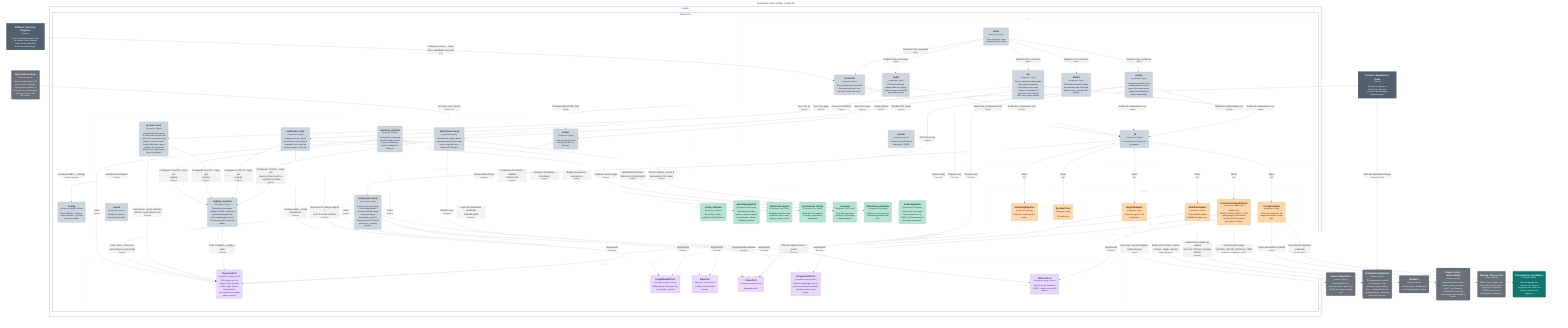
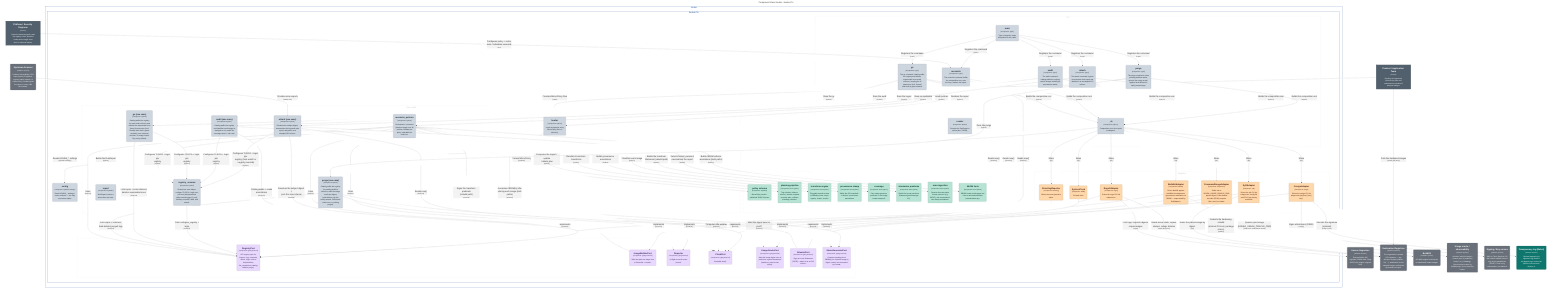
graph LR
  linkStyle default fill:#ffffff

  subgraph diagram ["Component View: houba - houba CLI"]
    style diagram fill:#ffffff,stroke:#ffffff

    1["<div style='font-weight: bold'>Platform / Security Engineer</div><div style='font-size: 70%; margin-top: 0px'>[Person]</div><div style='font-size: 80%; margin-top:10px'>Owns the hardening policy and<br />the registry roster; operates<br />houba as the single front<br />door for external images.</div>"]
    style 1 fill:#52606d,stroke:#39434c,color:#ffffff
    2["<div style='font-weight: bold'>Product / Application Team</div><div style='font-size: 70%; margin-top: 0px'>[Person]</div><div style='font-size: 80%; margin-top:10px'>Declares its imports as<br />MirrorPolicy files and<br />consumes the hardened,<br />stamped images.</div>"]
    style 2 fill:#52606d,stroke:#39434c,color:#ffffff

-     47("<div style='font-weight: bold'>Source Registries</div><div style='font-size: 70%; margin-top: 0px'>[Software System]</div><div style='font-size: 80%; margin-top:10px'>External public OCI<br />registries (Docker Hub, Quay,<br />GHCR) the images originate<br />from.</div>")
-     style 47 fill:#69707a,stroke:#494e55,color:#ffffff
-     48("<div style='font-weight: bold'>Destination Registries</div><div style='font-size: 70%; margin-top: 0px'>[Software System]</div><div style='font-size: 80%; margin-top:10px'>The organization's private<br />OCI registries — any<br />dist-spec registry (Harbor,<br />Zot, …); destination for the<br />stamped images, addressed<br />generically via regctl.</div>")
-     style 48 fill:#69707a,stroke:#494e55,color:#ffffff
-     49("<div style='font-weight: bold'>BuildKit</div><div style='font-size: 70%; margin-top: 0px'>[Software System]</div><div style='font-size: 80%; margin-top:10px'>OCI build engine houba drives<br />to rebuild and harden images.</div>")
-     style 49 fill:#69707a,stroke:#494e55,color:#ffffff
-     53("<div style='font-weight: bold'>Usage oracle / observability</div><div style='font-size: 70%; margin-top: 0px'>[Software System]</div><div style='font-size: 80%; margin-top:10px'>Answers 'was this image's<br />content seen in production<br />lately?' (e.g. Datadog).<br />Queried point-in-time by<br />houba purge; never owned by<br />houba.</div>")
-     style 53 fill:#69707a,stroke:#494e55,color:#ffffff
-     54("<div style='font-weight: bold'>Signing / Key service</div><div style='font-size: 70%; margin-top: 0px'>[Software System]</div><div style='font-size: 80%; margin-top:10px'>KMS or Fulcio (keyless CA)<br />that houba's attestor uses to<br />sign in-toto attestations<br />(DSSE). Trust is org<br />configuration, not baked in.</div>")
-     style 54 fill:#69707a,stroke:#494e55,color:#ffffff
-     55("<div style='font-weight: bold'>Transparency log (Rekor)</div><div style='font-size: 70%; margin-top: 0px'>[Software System]</div><div style='font-size: 80%; margin-top:10px'>Optional append-only<br />signature log; blank in<br />air-gapped orgs. houba can<br />point at one but never<br />deploys it.</div>")
-     style 55 fill:#0f766e,stroke:#0a524d,color:#ffffff
-     56("<div style='font-weight: bold'>Upstream Scanner</div><div style='font-size: 70%; margin-top: 0px'>[Software System]</div><div style='font-size: 80%; margin-top:10px'>Produces vulnerability / EOL<br />scan reports (CI pipeline,<br />registry-native scanner, or<br />scan service). houba ingests<br />the report; it never calls<br />the scanner.</div>")
+     50("<div style='font-weight: bold'>Source Registries</div><div style='font-size: 70%; margin-top: 0px'>[Software System]</div><div style='font-size: 80%; margin-top:10px'>External public OCI<br />registries (Docker Hub, Quay,<br />GHCR) the images originate<br />from.</div>")
+     style 50 fill:#69707a,stroke:#494e55,color:#ffffff
+     51("<div style='font-weight: bold'>Destination Registries</div><div style='font-size: 70%; margin-top: 0px'>[Software System]</div><div style='font-size: 80%; margin-top:10px'>The organization's private<br />OCI registries — any<br />dist-spec registry (Harbor,<br />Zot, …); destination for the<br />stamped images, addressed<br />generically via regctl.</div>")
+     style 51 fill:#69707a,stroke:#494e55,color:#ffffff
+     52("<div style='font-weight: bold'>BuildKit</div><div style='font-size: 70%; margin-top: 0px'>[Software System]</div><div style='font-size: 80%; margin-top:10px'>OCI build engine houba drives<br />to rebuild and harden images.</div>")
+     style 52 fill:#69707a,stroke:#494e55,color:#ffffff
+     56("<div style='font-weight: bold'>Usage oracle / observability</div><div style='font-size: 70%; margin-top: 0px'>[Software System]</div><div style='font-size: 80%; margin-top:10px'>Answers 'was this image's<br />content seen in production<br />lately?' (e.g. Datadog).<br />Queried point-in-time by<br />houba purge; never owned by<br />houba.</div>")
    style 56 fill:#69707a,stroke:#494e55,color:#ffffff
+     57("<div style='font-weight: bold'>Signing / Key service</div><div style='font-size: 70%; margin-top: 0px'>[Software System]</div><div style='font-size: 80%; margin-top:10px'>KMS or Fulcio (keyless CA)<br />that houba's attestor uses to<br />sign in-toto attestations<br />(DSSE). Trust is org<br />configuration, not baked in.</div>")
+     style 57 fill:#69707a,stroke:#494e55,color:#ffffff
+     58("<div style='font-weight: bold'>Transparency log (Rekor)</div><div style='font-size: 70%; margin-top: 0px'>[Software System]</div><div style='font-size: 80%; margin-top:10px'>Optional append-only<br />signature log; blank in<br />air-gapped orgs. houba can<br />point at one but never<br />deploys it.</div>")
+     style 58 fill:#0f766e,stroke:#0a524d,color:#ffffff
+     59("<div style='font-weight: bold'>Upstream Scanner</div><div style='font-size: 70%; margin-top: 0px'>[Software System]</div><div style='font-size: 80%; margin-top:10px'>Produces vulnerability / EOL<br />scan reports (CI pipeline,<br />registry-native scanner, or<br />scan service). houba ingests<br />the report; it never calls<br />the scanner.</div>")
+     style 59 fill:#69707a,stroke:#494e55,color:#ffffff

    subgraph 4 ["houba"]
      style 4 fill:#ffffff,stroke:#154da4,color:#154da4

      subgraph 5 ["houba CLI"]
        style 5 fill:#ffffff,stroke:#19458c,color:#19458c

        subgraph group1 ["Adapters"]
          style group1 fill:#ffffff,stroke:#cccccc,color:#cccccc,stroke-dasharray:5

-           35("<div style='font-weight: bold'>RegctlAdapter</div><div style='font-size: 70%; margin-top: 0px'>[Component: regctl]</div><div style='font-size: 80%; margin-top:10px'>Drives the regctl CLI via<br />subprocess.</div>")
-           style 35 fill:#fed7aa,stroke:#b19676,color:#4a1b0c
-           36("<div style='font-weight: bold'>BuildkitAdapter</div><div style='font-size: 70%; margin-top: 0px'>[Component: buildctl]</div><div style='font-size: 80%; margin-top:10px'>Drives buildctl against<br />buildkitd via subprocess.</div>")
-           style 36 fill:#fed7aa,stroke:#b19676,color:#4a1b0c
-           37("<div style='font-weight: bold'>StructlogReporter</div><div style='font-size: 70%; margin-top: 0px'>[Component: structlog]</div><div style='font-size: 80%; margin-top:10px'>Writes the event journal to<br />stderr.</div>")
+           37("<div style='font-weight: bold'>RegctlAdapter</div><div style='font-size: 70%; margin-top: 0px'>[Component: regctl]</div><div style='font-size: 80%; margin-top:10px'>Drives the regctl CLI via<br />subprocess.</div>")
          style 37 fill:#fed7aa,stroke:#b19676,color:#4a1b0c
-           38("<div style='font-weight: bold'>SystemClock</div><div style='font-size: 70%; margin-top: 0px'>[Component: stdlib]</div><div style='font-size: 80%; margin-top:10px'>OS wall clock.</div>")
+           38("<div style='font-weight: bold'>BuildkitAdapter</div><div style='font-size: 70%; margin-top: 0px'>[Component: buildctl]</div><div style='font-size: 80%; margin-top:10px'>Drives buildctl against<br />buildkitd via subprocess<br />(provenance attestation; no<br />SBOM — superseded by<br />SyftAdapter).</div>")
          style 38 fill:#fed7aa,stroke:#b19676,color:#4a1b0c
-           39("<div style='font-weight: bold'>CommandUsageAdapter</div><div style='font-size: 70%; margin-top: 0px'>[Component: subprocess]</div><div style='font-size: 80%; margin-top:10px'>Shells out to<br />HOUBA_USAGE_ORACLE_CMD;<br />passes digest + idle window<br />via stdin (JSON); expects<br />{last_seen} on stdout.</div>")
+           39("<div style='font-weight: bold'>StructlogReporter</div><div style='font-size: 70%; margin-top: 0px'>[Component: structlog]</div><div style='font-size: 80%; margin-top:10px'>Writes the event journal to<br />stderr.</div>")
          style 39 fill:#fed7aa,stroke:#b19676,color:#4a1b0c
-           40("<div style='font-weight: bold'>CosignAdapter</div><div style='font-size: 70%; margin-top: 0px'>[Component: cosign]</div><div style='font-size: 80%; margin-top:10px'>Drives the cosign CLI via<br />subprocess (keyless | kms |<br />key).</div>")
+           40("<div style='font-weight: bold'>SystemClock</div><div style='font-size: 70%; margin-top: 0px'>[Component: stdlib]</div><div style='font-size: 80%; margin-top:10px'>OS wall clock.</div>")
          style 40 fill:#fed7aa,stroke:#b19676,color:#4a1b0c
+           41("<div style='font-weight: bold'>CommandUsageAdapter</div><div style='font-size: 70%; margin-top: 0px'>[Component: subprocess]</div><div style='font-size: 80%; margin-top:10px'>Shells out to<br />HOUBA_USAGE_ORACLE_CMD;<br />passes digest + idle window<br />via stdin (JSON); expects<br />{last_seen} on stdout.</div>")
+           style 41 fill:#fed7aa,stroke:#b19676,color:#4a1b0c
+           42("<div style='font-weight: bold'>CosignAdapter</div><div style='font-size: 70%; margin-top: 0px'>[Component: cosign]</div><div style='font-size: 80%; margin-top:10px'>Drives the cosign CLI via<br />subprocess (keyless | kms |<br />key).</div>")
+           style 42 fill:#fed7aa,stroke:#b19676,color:#4a1b0c
+           43("<div style='font-weight: bold'>SyftAdapter</div><div style='font-size: 70%; margin-top: 0px'>[Component: syft]</div><div style='font-size: 80%; margin-top:10px'>Drives the syft CLI via<br />subprocess; config-file<br />auth/TLS; lazy binary<br />resolution.</div>")
+           style 43 fill:#fed7aa,stroke:#b19676,color:#4a1b0c
        end

        subgraph group2 ["CLI"]
          style group2 fill:#ffffff,stroke:#cccccc,color:#cccccc,stroke-dasharray:5

          10("<div style='font-weight: bold'>attach</div><div style='font-size: 70%; margin-top: 0px'>[Component: Typer]</div><div style='font-size: 80%; margin-top:10px'>The attach command: ingests<br />an upstream scan report and<br />attaches it as a stamped OCI<br />referrer.</div>")
          style 10 fill:#cdd5df,stroke:#8f959c,color:#1f2933
          11("<div style='font-weight: bold'>gc</div><div style='font-size: 70%; margin-top: 0px'>[Component: Typer]</div><div style='font-size: 80%; margin-top:10px'>The gc command: catalog-walks<br />the registry and deletes<br />superseded scan-result<br />referrers, keeping the N<br />newest per (tool, format)<br />older than a grace window.</div>")
          style 11 fill:#cdd5df,stroke:#8f959c,color:#1f2933
          12("<div style='font-weight: bold'>render</div><div style='font-size: 70%; margin-top: 0px'>[Component: Python]</div><div style='font-size: 80%; margin-top:10px'>Formats the RunReport to<br />stdout (text / JSON).</div>")
          style 12 fill:#cdd5df,stroke:#8f959c,color:#1f2933
          13("<div style='font-weight: bold'>_di</div><div style='font-size: 70%; margin-top: 0px'>[Component: Python]</div><div style='font-size: 80%; margin-top:10px'>Composition root: wires ports<br />to adapters.</div>")
          style 13 fill:#cdd5df,stroke:#8f959c,color:#1f2933
          6("<div style='font-weight: bold'>main</div><div style='font-size: 70%; margin-top: 0px'>[Component: Typer]</div><div style='font-size: 80%; margin-top:10px'>Typer entrypoint; maps<br />exceptions to exit codes.</div>")
          style 6 fill:#cdd5df,stroke:#8f959c,color:#1f2933
          7("<div style='font-weight: bold'>reconcile</div><div style='font-size: 70%; margin-top: 0px'>[Component: Typer]</div><div style='font-size: 80%; margin-top:10px'>The reconcile command: builds<br />the composition root, runs<br />the loop, renders the report.</div>")
          style 7 fill:#cdd5df,stroke:#8f959c,color:#1f2933
          8("<div style='font-weight: bold'>purge</div><div style='font-size: 70%; margin-top: 0px'>[Component: Typer]</div><div style='font-size: 80%; margin-top:10px'>The purge command: scans<br />pending-deletion marks,<br />queries the usage oracle,<br />applies hard-deletes for<br />safely-unused tags.</div>")
          style 8 fill:#cdd5df,stroke:#8f959c,color:#1f2933
          9("<div style='font-weight: bold'>audit</div><div style='font-size: 70%; margin-top: 0px'>[Component: Typer]</div><div style='font-size: 80%; margin-top:10px'>The audit command:<br />catalog-walks the registry,<br />reports images missing the<br />provenance stamp.</div>")
          style 9 fill:#cdd5df,stroke:#8f959c,color:#1f2933
        end

        subgraph group3 ["Domain (pure)"]
          style group3 fill:#ffffff,stroke:#cccccc,color:#cccccc,stroke-dasharray:5

          22("<div style='font-weight: bold'>policy schema</div><div style='font-size: 70%; margin-top: 0px'>[Component: Pydantic]</div><div style='font-size: 80%; margin-top:10px'>MirrorPolicy model +<br />published JSON Schema.</div>")
          style 22 fill:#b6e3d4,stroke:#7f9e94,color:#04342c
          23("<div style='font-weight: bold'>planning pipeline</div><div style='font-size: 70%; margin-top: 0px'>[Component: Pure Python]</div><div style='font-size: 80%; margin-top:10px'>Tag selection, aliases,<br />semver, variants, expand,<br />reconcile plan, collision,<br />sharding, retention.</div>")
          style 23 fill:#b6e3d4,stroke:#7f9e94,color:#04342c
          24("<div style='font-weight: bold'>transform engine</div><div style='font-size: 70%; margin-top: 0px'>[Component: Pure Python]</div><div style='font-size: 80%; margin-top:10px'>Pluggable transform-step<br />vocabulary: base, steps,<br />registry, render, version.</div>")
          style 24 fill:#b6e3d4,stroke:#7f9e94,color:#04342c
          25("<div style='font-weight: bold'>provenance stamp</div><div style='font-size: 70%; margin-top: 0px'>[Component: Pure Python]</div><div style='font-size: 80%; margin-top:10px'>Builds the OCI-standard +<br />io.houba.* provenance<br />annotations.</div>")
          style 25 fill:#b6e3d4,stroke:#7f9e94,color:#04342c
          26("<div style='font-weight: bold'>coverage</div><div style='font-size: 70%; margin-top: 0px'>[Component: Pure Python]</div><div style='font-size: 80%; margin-top:10px'>Pure stamp-presence<br />predicate: is the image<br />houba-stamped?</div>")
          style 26 fill:#b6e3d4,stroke:#7f9e94,color:#04342c
          27("<div style='font-weight: bold'>attestation predicate</div><div style='font-size: 70%; margin-top: 0px'>[Component: Pure Python]</div><div style='font-size: 80%; margin-top:10px'>Builds the in-toto transform<br />Statement (predicate type<br />/v1).</div>")
          style 27 fill:#b6e3d4,stroke:#7f9e94,color:#04342c
          28("<div style='font-weight: bold'>scan ingestion</div><div style='font-size: 70%; margin-top: 0px'>[Component: Pure Python]</div><div style='font-size: 80%; margin-top:10px'>Detects the scan-report<br />format, parses it (e.g.<br />SARIF), and summarizes it<br />into stamp annotations.</div>")
          style 28 fill:#b6e3d4,stroke:#7f9e94,color:#04342c
+           29("<div style='font-weight: bold'>SBOM facts</div><div style='font-size: 70%; margin-top: 0px'>[Component: Pure Python]</div><div style='font-size: 80%; margin-top:10px'>SBOM format media-types and<br />referrer annotation builder<br />(domain/sbom.py).</div>")
+           style 29 fill:#b6e3d4,stroke:#7f9e94,color:#04342c
        end

        subgraph group4 ["Ports"]
          style group4 fill:#ffffff,stroke:#cccccc,color:#cccccc,stroke-dasharray:5

-           29("<div style='font-weight: bold'>RegistryPort</div><div style='font-size: 70%; margin-top: 0px'>[Component: typing.Protocol]</div><div style='font-size: 80%; margin-top:10px'>OCI registry ops: list,<br />inspect, copy, annotate,<br />delete, login, referrer<br />list/put/delete;<br />list_repositories (catalog<br />walk for purge).</div>")
-           style 29 fill:#e9d8fd,stroke:#a397b1,color:#322659
-           30("<div style='font-weight: bold'>ImageBuilderPort</div><div style='font-size: 70%; margin-top: 0px'>[Component: typing.Protocol]</div><div style='font-size: 80%; margin-top:10px'>Build and push an image from<br />a Dockerfile + context.</div>")
+           30("<div style='font-weight: bold'>RegistryPort</div><div style='font-size: 70%; margin-top: 0px'>[Component: typing.Protocol]</div><div style='font-size: 80%; margin-top:10px'>OCI registry ops: list,<br />inspect, copy, annotate,<br />delete, login, referrer<br />list/put/delete;<br />list_repositories (catalog<br />walk for purge).</div>")
          style 30 fill:#e9d8fd,stroke:#a397b1,color:#322659
-           31("<div style='font-weight: bold'>Reporter</div><div style='font-size: 70%; margin-top: 0px'>[Component: typing.Protocol]</div><div style='font-size: 80%; margin-top:10px'>In-flight reconcile event<br />journal.</div>")
+           31("<div style='font-weight: bold'>ImageBuilderPort</div><div style='font-size: 70%; margin-top: 0px'>[Component: typing.Protocol]</div><div style='font-size: 80%; margin-top:10px'>Build and push an image from<br />a Dockerfile + context.</div>")
          style 31 fill:#e9d8fd,stroke:#a397b1,color:#322659
-           32("<div style='font-weight: bold'>ClockPort</div><div style='font-size: 70%; margin-top: 0px'>[Component: typing.Protocol]</div><div style='font-size: 80%; margin-top:10px'>Injectable now().</div>")
+           32("<div style='font-weight: bold'>Reporter</div><div style='font-size: 70%; margin-top: 0px'>[Component: typing.Protocol]</div><div style='font-size: 80%; margin-top:10px'>In-flight reconcile event<br />journal.</div>")
          style 32 fill:#e9d8fd,stroke:#a397b1,color:#322659
-           33("<div style='font-weight: bold'>UsageOraclePort</div><div style='font-size: 70%; margin-top: 0px'>[Component: typing.Protocol]</div><div style='font-size: 80%; margin-top:10px'>Was this image digest seen in<br />prod since a given timestamp?<br />(stateless, point-in-time<br />query).</div>")
+           33("<div style='font-weight: bold'>ClockPort</div><div style='font-size: 70%; margin-top: 0px'>[Component: typing.Protocol]</div><div style='font-size: 80%; margin-top:10px'>Injectable now().</div>")
          style 33 fill:#e9d8fd,stroke:#a397b1,color:#322659
-           34("<div style='font-weight: bold'>AttestorPort</div><div style='font-size: 70%; margin-top: 0px'>[Component: typing.Protocol]</div><div style='font-size: 80%; margin-top:10px'>Sign an in-toto Statement<br />(DSSE) + attach it as an OCI<br />referrer.</div>")
+           34("<div style='font-weight: bold'>UsageOraclePort</div><div style='font-size: 70%; margin-top: 0px'>[Component: typing.Protocol]</div><div style='font-size: 80%; margin-top:10px'>Was this image digest seen in<br />prod since a given timestamp?<br />(stateless, point-in-time<br />query).</div>")
          style 34 fill:#e9d8fd,stroke:#a397b1,color:#322659
+           35("<div style='font-weight: bold'>AttestorPort</div><div style='font-size: 70%; margin-top: 0px'>[Component: typing.Protocol]</div><div style='font-size: 80%; margin-top:10px'>Sign an in-toto Statement<br />(DSSE) + attach it as an OCI<br />referrer.</div>")
+           style 35 fill:#e9d8fd,stroke:#a397b1,color:#322659
+           36("<div style='font-weight: bold'>SbomGeneratorPort</div><div style='font-size: 70%; margin-top: 0px'>[Component: typing.Protocol]</div><div style='font-size: 80%; margin-top:10px'>Generate package-level<br />SBOM(s) for a placed image by<br />digest; returns one document<br />per format.</div>")
+           style 36 fill:#e9d8fd,stroke:#a397b1,color:#322659
        end

        subgraph group5 ["Use cases"]
          style group5 fill:#ffffff,stroke:#cccccc,color:#cccccc,stroke-dasharray:5

          14("<div style='font-weight: bold'>loader</div><div style='font-size: 70%; margin-top: 0px'>[Component: Python]</div><div style='font-size: 80%; margin-top:10px'>Loads and parses every<br />MirrorPolicy file in a<br />directory.</div>")
          style 14 fill:#cdd5df,stroke:#8f959c,color:#1f2933
          15("<div style='font-weight: bold'>reconcile_policies</div><div style='font-size: 70%; margin-top: 0px'>[Component: Python]</div><div style='font-size: 80%; margin-top:10px'>Orchestrator: concurrent<br />plan-then-apply over all<br />policies, isolated per<br />policy, shardable for<br />scale-out.</div>")
          style 15 fill:#cdd5df,stroke:#8f959c,color:#1f2933
          16("<div style='font-weight: bold'>purge (use case)</div><div style='font-size: 70%; margin-top: 0px'>[Component: Python]</div><div style='font-size: 80%; margin-top:10px'>Catalog-walks the registry<br />for pending-deletion<br />referrers; asks the usage<br />oracle per digest;<br />hard-deletes only the<br />safely-unused. Fail-closed:<br />oracle error ⇒ nothing<br />purged.</div>")
          style 16 fill:#cdd5df,stroke:#8f959c,color:#1f2933
          17("<div style='font-weight: bold'>audit (use case)</div><div style='font-size: 70%; margin-top: 0px'>[Component: Python]</div><div style='font-size: 80%; margin-top:10px'>Catalog-walks the registry<br />and classifies each image as<br />stamped or not; emits the<br />coverage report + exit code.</div>")
          style 17 fill:#cdd5df,stroke:#8f959c,color:#1f2933
          18("<div style='font-weight: bold'>attach (use case)</div><div style='font-size: 70%; margin-top: 0px'>[Component: Python]</div><div style='font-size: 80%; margin-top:10px'>Resolves the subject digest,<br />summarizes the ingested scan<br />report, and puts it as a<br />stamped OCI referrer.</div>")
          style 18 fill:#cdd5df,stroke:#8f959c,color:#1f2933
          19("<div style='font-weight: bold'>gc (use case)</div><div style='font-size: 70%; margin-top: 0px'>[Component: Python]</div><div style='font-size: 80%; margin-top:10px'>Catalog-walks the registry<br />for scan-result referrers and<br />collects the superseded ones<br />(keep N newest per (tool,<br />format) older than a grace<br />window); pure temporal<br />decision, no usage oracle.<br />Dry-run by default.</div>")
          style 19 fill:#cdd5df,stroke:#8f959c,color:#1f2933
          20("<div style='font-weight: bold'>report</div><div style='font-size: 70%; margin-top: 0px'>[Component: Pydantic]</div><div style='font-size: 80%; margin-top:10px'>RunReport contract +<br />worst-wins exit code.</div>")
          style 20 fill:#cdd5df,stroke:#8f959c,color:#1f2933
          21("<div style='font-weight: bold'>registry_session</div><div style='font-size: 70%; margin-top: 0px'>[Component: Python]</div><div style='font-size: 80%; margin-top:10px'>Shared use-case helper:<br />configure TLS/CA + login once<br />per host (idempotent via<br />caller-owned logged_in set).<br />Used by reconcile, audit, and<br />attach.</div>")
          style 21 fill:#cdd5df,stroke:#8f959c,color:#1f2933
        end

-         41("<div style='font-weight: bold'>config</div><div style='font-size: 70%; margin-top: 0px'>[Component: Pydantic Settings]</div><div style='font-size: 80%; margin-top:10px'>Reads HOUBA_* settings +<br />roster resolvers — the only<br />os.environ reader.</div>")
-         style 41 fill:#cdd5df,stroke:#8f959c,color:#1f2933
+         44("<div style='font-weight: bold'>config</div><div style='font-size: 70%; margin-top: 0px'>[Component: Pydantic Settings]</div><div style='font-size: 80%; margin-top:10px'>Reads HOUBA_* settings +<br />roster resolvers — the only<br />os.environ reader.</div>")
+         style 44 fill:#cdd5df,stroke:#8f959c,color:#1f2933
      end

    end

-     11-. "<div>Reads now()</div><div style='font-size: 70%'>[Protocol]</div>" .->32
+     8-. "<div>Reads now()</div><div style='font-size: 70%'>[Protocol]</div>" .->33
+     11-. "<div>Builds the composition root</div><div style='font-size: 70%'>[Python]</div>" .->13
+     11-. "<div>Runs the gc</div><div style='font-size: 70%'>[Python]</div>" .->19
+     11-. "<div>Reads now()</div><div style='font-size: 70%'>[Protocol]</div>" .->33
    7-. "<div>Builds the composition root</div><div style='font-size: 70%'>[Python]</div>" .->13
    7-. "<div>Loads policies</div><div style='font-size: 70%'>[Python]</div>" .->14
    7-. "<div>Runs reconciliation</div><div style='font-size: 70%'>[Python]</div>" .->15
    7-. "<div>Renders the report</div><div style='font-size: 70%'>[Python]</div>" .->12
-     7-. "<div>Reads now()</div><div style='font-size: 70%'>[Protocol]</div>" .->32
-     13-. "<div>Reads HOUBA_* settings</div><div style='font-size: 70%'>[Pydantic Settings]</div>" .->41
-     13-. "<div>Wires</div><div style='font-size: 70%'>[DI]</div>" .->35
-     13-. "<div>Wires</div><div style='font-size: 70%'>[DI]</div>" .->36
+     7-. "<div>Reads now()</div><div style='font-size: 70%'>[Protocol]</div>" .->33
+     13-. "<div>Reads HOUBA_* settings</div><div style='font-size: 70%'>[Pydantic Settings]</div>" .->44
    13-. "<div>Wires</div><div style='font-size: 70%'>[DI]</div>" .->37
    13-. "<div>Wires</div><div style='font-size: 70%'>[DI]</div>" .->38
    13-. "<div>Wires</div><div style='font-size: 70%'>[DI]</div>" .->39
+     13-. "<div>Wires</div><div style='font-size: 70%'>[DI]</div>" .->40
+     13-. "<div>Wires</div><div style='font-size: 70%'>[DI]</div>" .->41
    14-. "<div>Parses MirrorPolicy</div><div style='font-size: 70%'>[Pydantic]</div>" .->22
    15-. "<div>Builds the RunReport</div><div style='font-size: 70%'>[Python]</div>" .->20
    15-. "<div>Computes the import / update<br />/ delete plan</div><div style='font-size: 70%'>[Python]</div>" .->23
    15-. "<div>Renders & versions transforms</div><div style='font-size: 70%'>[Python]</div>" .->24
    15-. "<div>Builds provenance annotations</div><div style='font-size: 70%'>[Python]</div>" .->25
-     15-. "<div>Uses</div><div style='font-size: 70%'>[Protocol]</div>" .->29
    15-. "<div>Uses</div><div style='font-size: 70%'>[Protocol]</div>" .->30
    15-. "<div>Uses</div><div style='font-size: 70%'>[Protocol]</div>" .->31
+     15-. "<div>Uses</div><div style='font-size: 70%'>[Protocol]</div>" .->32
    15-. "<div>Configures TLS/CA + login per<br />registry</div><div style='font-size: 70%'>[Python]</div>" .->21
-     16-. "<div>Lists repos + referrers;<br />hard-deletes purged tags</div><div style='font-size: 70%'>[Protocol]</div>" .->29
-     16-. "<div>Was this digest seen in prod?</div><div style='font-size: 70%'>[Protocol]</div>" .->33
-     16-. "<div>Computes idle window</div><div style='font-size: 70%'>[Protocol]</div>" .->32
-     19-. "<div>Lists repos + scan referrers;<br />deletes superseded ones</div><div style='font-size: 70%'>[Protocol]</div>" .->29
+     16-. "<div>Lists repos + referrers;<br />hard-deletes purged tags</div><div style='font-size: 70%'>[Protocol]</div>" .->30
+     16-. "<div>Was this digest seen in prod?</div><div style='font-size: 70%'>[Protocol]</div>" .->34
+     16-. "<div>Computes idle window</div><div style='font-size: 70%'>[Protocol]</div>" .->33
+     19-. "<div>Lists repos + scan referrers;<br />deletes superseded ones</div><div style='font-size: 70%'>[Protocol]</div>" .->30
    19-. "<div>Configures TLS/CA + login per<br />registry</div><div style='font-size: 70%'>[Python]</div>" .->21
-     21-. "<div>Calls configure_registry +<br />login</div><div style='font-size: 70%'>[Protocol]</div>" .->29
-     35-. "<div>Implements</div><div style='font-size: 70%'>[Protocol]</div>" .->29
-     36-. "<div>Implements</div><div style='font-size: 70%'>[Protocol]</div>" .->30
-     37-. "<div>Implements</div><div style='font-size: 70%'>[Protocol]</div>" .->31
-     38-. "<div>Implements</div><div style='font-size: 70%'>[Protocol]</div>" .->32
-     39-. "<div>Implements</div><div style='font-size: 70%'>[Protocol]</div>" .->33
-     35-. "<div>Lists tags, inspects digests,<br />copies images</div><div style='font-size: 70%'>[regctl]</div>" .->47
-     35-. "<div>Reads mirror state; copies,<br />stamps, retags, deletes</div><div style='font-size: 70%'>[regctl (dist-spec)]</div>" .->48
-     36-. "<div>Submits the hardening rebuild<br />(internal CA trust, package<br />mirror)</div><div style='font-size: 70%'>[buildctl]</div>" .->49
-     39-. "<div>Queries prod usage<br />(HOUBA_USAGE_ORACLE_CMD)</div><div style='font-size: 70%'>[subprocess (stdin/stdout JSON)]</div>" .->53
+     21-. "<div>Calls configure_registry +<br />login</div><div style='font-size: 70%'>[Protocol]</div>" .->30
+     37-. "<div>Implements</div><div style='font-size: 70%'>[Protocol]</div>" .->30
+     38-. "<div>Implements</div><div style='font-size: 70%'>[Protocol]</div>" .->31
+     39-. "<div>Implements</div><div style='font-size: 70%'>[Protocol]</div>" .->32
+     40-. "<div>Implements</div><div style='font-size: 70%'>[Protocol]</div>" .->33
+     41-. "<div>Implements</div><div style='font-size: 70%'>[Protocol]</div>" .->34
+     37-. "<div>Lists tags, inspects digests,<br />copies images</div><div style='font-size: 70%'>[regctl]</div>" .->50
+     37-. "<div>Reads mirror state; copies,<br />stamps, retags, deletes</div><div style='font-size: 70%'>[regctl (dist-spec)]</div>" .->51
+     38-. "<div>Submits the hardening rebuild<br />(internal CA trust, package<br />mirror)</div><div style='font-size: 70%'>[buildctl]</div>" .->52
+     41-. "<div>Queries prod usage<br />(HOUBA_USAGE_ORACLE_CMD)</div><div style='font-size: 70%'>[subprocess (stdin/stdout JSON)]</div>" .->56
    15-. "<div>Builds the transform<br />Statement (rebuild path)</div><div style='font-size: 70%'>[Python]</div>" .->27
-     15-. "<div>Signs the transform predicate<br />(rebuild path)</div><div style='font-size: 70%'>[Protocol]</div>" .->34
-     13-. "<div>Wires</div><div style='font-size: 70%'>[DI]</div>" .->40
-     40-. "<div>Implements</div><div style='font-size: 70%'>[Protocol]</div>" .->34
-     40-. "<div>Signs attestations (DSSE)</div><div style='font-size: 70%'>[cosign]</div>" .->54
-     40-. "<div>Records the signature<br />(optional)</div><div style='font-size: 70%'>[cosign / rekor]</div>" .->55
-     2-. "<div>Pulls the hardened images</div><div style='font-size: 70%'>[docker pull (OCI)]</div>" .->48
+     15-. "<div>Signs the transform predicate<br />(rebuild path)</div><div style='font-size: 70%'>[Protocol]</div>" .->35
+     15-. "<div>Builds SBOM referrer<br />annotations (both paths)</div><div style='font-size: 70%'>[Python]</div>" .->29
+     13-. "<div>Wires</div><div style='font-size: 70%'>[DI]</div>" .->42
+     42-. "<div>Implements</div><div style='font-size: 70%'>[Protocol]</div>" .->35
+     42-. "<div>Signs attestations (DSSE)</div><div style='font-size: 70%'>[cosign]</div>" .->57
+     42-. "<div>Records the signature<br />(optional)</div><div style='font-size: 70%'>[cosign / rekor]</div>" .->58
+     13-. "<div>Wires</div><div style='font-size: 70%'>[DI]</div>" .->43
+     43-. "<div>Implements</div><div style='font-size: 70%'>[Protocol]</div>" .->36
+     15-. "<div>Generates SBOM(s) after<br />placing each image (both<br />paths)</div><div style='font-size: 70%'>[Protocol]</div>" .->36
+     43-. "<div>Scans the placed image by<br />digest</div><div style='font-size: 70%'>[syft]</div>" .->51
+     2-. "<div>Pulls the hardened images</div><div style='font-size: 70%'>[docker pull (OCI)]</div>" .->51
    1-. "<div>Configures policy + roster,<br />runs / schedules reconcile</div><div style='font-size: 70%'>[CLI]</div>" .->7
    2-. "<div>Provides MirrorPolicy files</div><div style='font-size: 70%'>[YAML]</div>" .->14
    6-. "<div>Registers the command</div><div style='font-size: 70%'>[Typer]</div>" .->7
    6-. "<div>Registers the command</div><div style='font-size: 70%'>[Typer]</div>" .->8
    6-. "<div>Registers the command</div><div style='font-size: 70%'>[Typer]</div>" .->9
    6-. "<div>Registers the command</div><div style='font-size: 70%'>[Typer]</div>" .->10
    6-. "<div>Registers the command</div><div style='font-size: 70%'>[Typer]</div>" .->11
    9-. "<div>Builds the composition root</div><div style='font-size: 70%'>[Python]</div>" .->13
    9-. "<div>Runs the audit</div><div style='font-size: 70%'>[Python]</div>" .->17
    17-. "<div>Classifies each image</div><div style='font-size: 70%'>[Python]</div>" .->26
-     17-. "<div>Catalog-walks + reads<br />annotations</div><div style='font-size: 70%'>[Protocol]</div>" .->29
+     17-. "<div>Catalog-walks + reads<br />annotations</div><div style='font-size: 70%'>[Protocol]</div>" .->30
    17-. "<div>Configures TLS/CA + login per<br />registry</div><div style='font-size: 70%'>[Python]</div>" .->21
    10-. "<div>Builds the composition root</div><div style='font-size: 70%'>[Python]</div>" .->13
    10-. "<div>Runs the ingest</div><div style='font-size: 70%'>[Python]</div>" .->18
-     56-. "<div>Provides scan reports</div><div style='font-size: 70%'>[SARIF / file]</div>" .->18
+     59-. "<div>Provides scan reports</div><div style='font-size: 70%'>[SARIF / file]</div>" .->18
    18-. "<div>Detects format, parses &<br />summarizes the report</div><div style='font-size: 70%'>[Python]</div>" .->28
-     18-. "<div>Resolves the subject digest +<br />puts the scan referrer</div><div style='font-size: 70%'>[Protocol]</div>" .->29
-     18-. "<div>Reads now()</div><div style='font-size: 70%'>[Protocol]</div>" .->32
+     18-. "<div>Resolves the subject digest +<br />puts the scan referrer</div><div style='font-size: 70%'>[Protocol]</div>" .->30
+     18-. "<div>Reads now()</div><div style='font-size: 70%'>[Protocol]</div>" .->33
    18-. "<div>Configures TLS/CA + login per<br />registry (host-match or<br />--registry override)</div><div style='font-size: 70%'>[Python]</div>" .->21
    8-. "<div>Builds the composition root</div><div style='font-size: 70%'>[Python]</div>" .->13
    8-. "<div>Runs the purge</div><div style='font-size: 70%'>[Python]</div>" .->16
-     8-. "<div>Reads now()</div><div style='font-size: 70%'>[Protocol]</div>" .->32
-     11-. "<div>Builds the composition root</div><div style='font-size: 70%'>[Python]</div>" .->13
-     11-. "<div>Runs the gc</div><div style='font-size: 70%'>[Python]</div>" .->19

  end